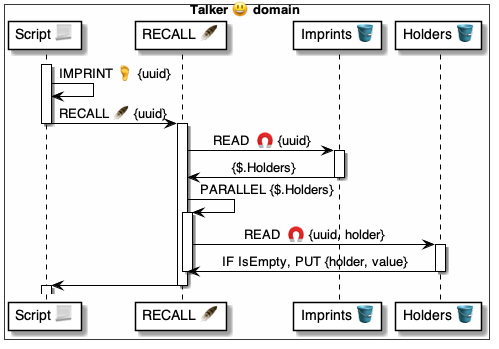
Earlier version of the PlantUML export 4 ⚙️ Solution/37 Scripts 📃/📃 Commands ⌘/⌘ for async/RECALL 🪶/🪶 RECALL ⚙️ uml.png (pollyweb-org/pollyweb-docs). Its source is kept beside it as 4 ⚙️ Solution/37 Scripts 📃/📃 Commands ⌘/⌘ for async/RECALL 🪶/🪶 RECALL ⚙️ uml.puml.
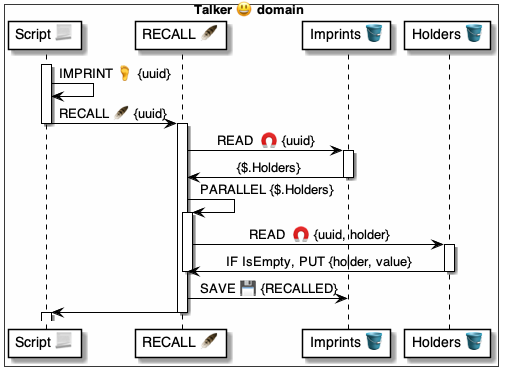
The same diagram one commit later.

What changed in the source:
```diff
@@ -33,6 +33,7 @@
 
     deactivate recall
 
+    recall -> imprints: SAVE 💾 {RECALLED}
     recall -> script:
 
 deactivate recall
```
